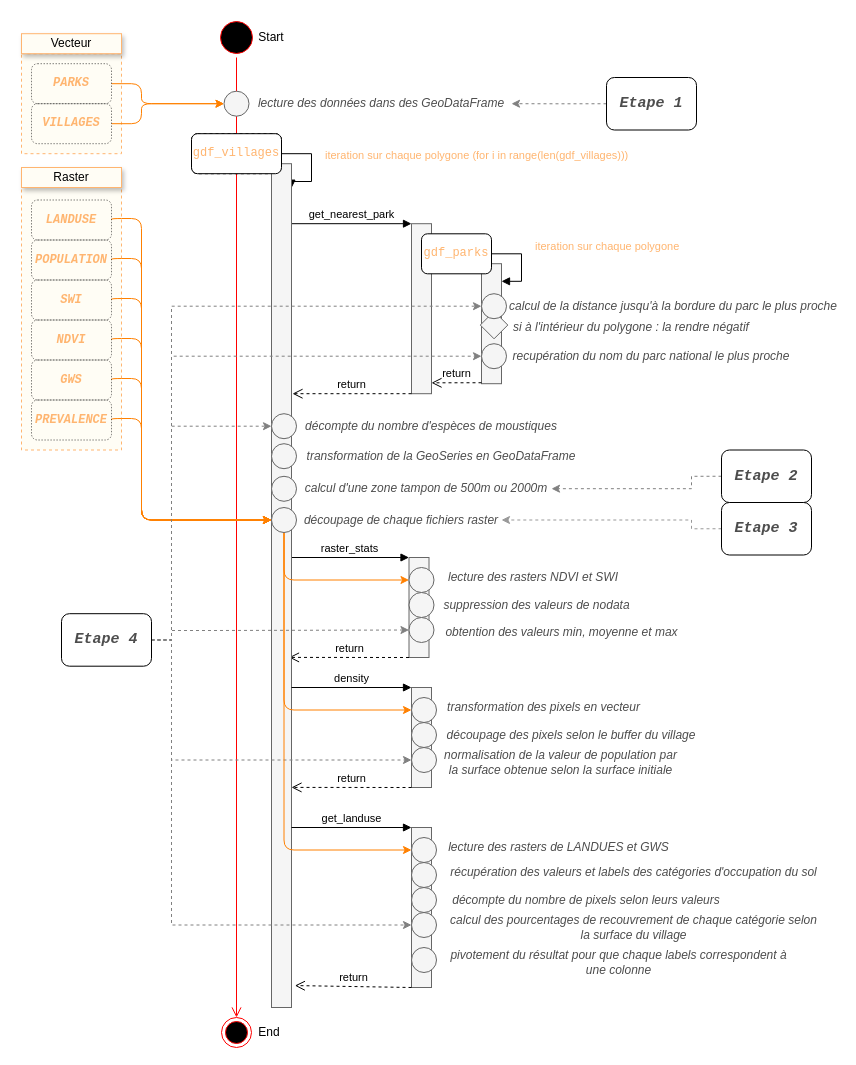
Before: page "Par villages" (2 of 4) of docs/INPMT_simple.drawio in pierre-manchon/INPMT, a draw.io diagram. Source tidied: cells renumbered, new cells numbered last; positions are measured from the earlier drawing's top-left corner, leaving out a move shared by most shapes. Both pictures are drawn from the tidied source at 100%, with x=0, y=0 at pixel (21, 17).
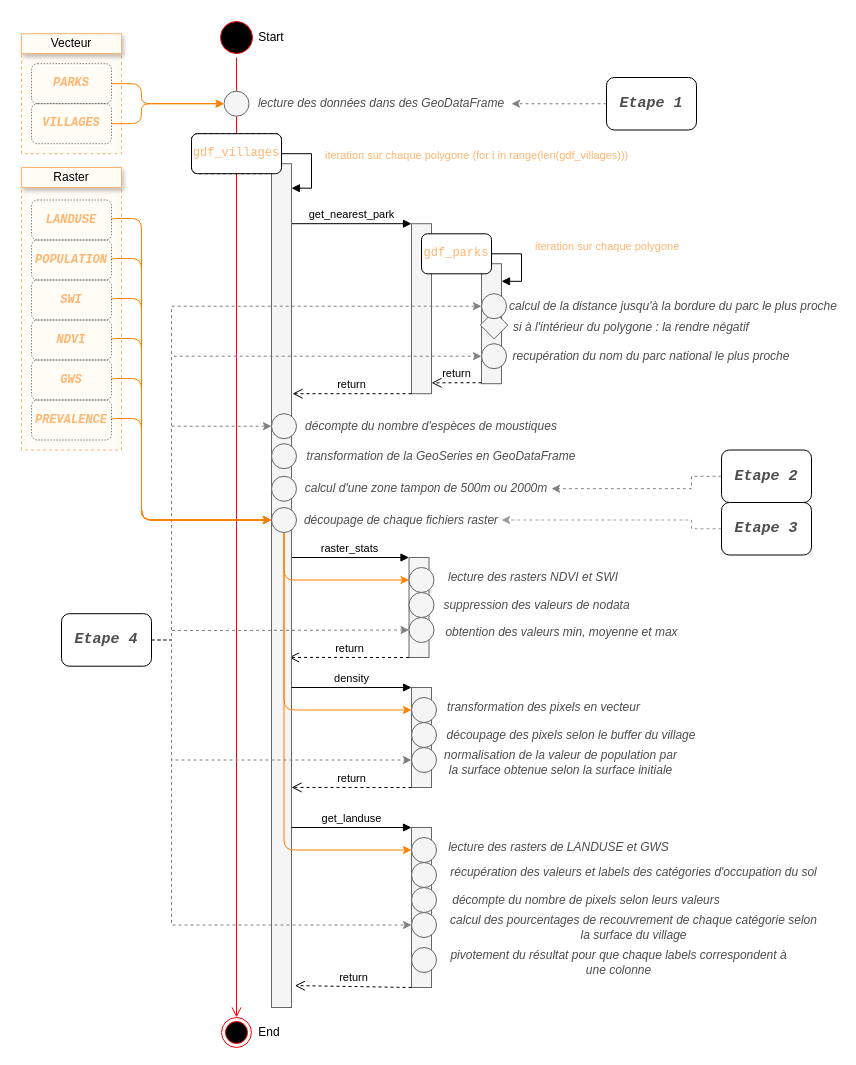
The same diagram, later.

The change refers to these unchanged cells:
```xml
<mxCell id="18" value="&lt;pre style=&quot;font-family: &amp;quot;fira code&amp;quot;, monospace;&quot;&gt;&lt;pre style=&quot;font-family: &amp;quot;fira code&amp;quot; , monospace&quot;&gt;&lt;font&gt;gdf_villages&lt;/font&gt;&lt;/pre&gt;&lt;/pre&gt;" style="rounded=1;whiteSpace=wrap;html=1;sketch=0;shadow=0;labelBackgroundColor=none;fontColor=#7EA6E0;dashed=1;" parent="1" vertex="1">
  <mxGeometry x="170" y="116.2" width="90" height="40" as="geometry" />
</mxCell>
<mxCell id="25" style="html=1;points=[];perimeter=orthogonalPerimeter;fillColor=#f5f5f5;strokeColor=#666666;fontColor=#333333;" parent="1" vertex="1">
  <mxGeometry x="250" y="146.2" width="20" height="843.8" as="geometry" />
</mxCell>
```

Diff of the diagram source:
```diff
@@
     <mxCell id="17" value="&lt;font color=&quot;#ffb570&quot;&gt;iteration sur chaque polygone (for i in range(len(gdf_villages)))&lt;/font&gt;" style="edgeStyle=orthogonalEdgeStyle;html=1;align=left;spacingLeft=2;endArrow=block;rounded=0;exitX=1;exitY=0.5;exitDx=0;exitDy=0;entryX=0.998;entryY=0.029;entryDx=0;entryDy=0;entryPerimeter=0;" parent="1" edge="1" source="18" target="25">
       <mxGeometry x="-0.23" y="10" relative="1" as="geometry">
         <Array as="points">
           <mxPoint x="290" y="136" />
-          <mxPoint x="290" y="164" />
+          <mxPoint x="290" y="171" />
         </Array>
         <mxPoint y="-1" as="offset" />
       </mxGeometry>
     </mxCell>
@@
-    <mxCell id="99" value="lecture des rasters de LANDUES et GWS" style="text;html=1;align=center;verticalAlign=middle;whiteSpace=wrap;rounded=0;shadow=0;glass=0;labelBackgroundColor=none;sketch=0;fontColor=#4D4D4D;fontStyle=2;" parent="1" vertex="1">
+    <mxCell id="99" value="lecture des rasters de LANDUSE et GWS" style="text;html=1;align=center;verticalAlign=middle;whiteSpace=wrap;rounded=0;shadow=0;glass=0;labelBackgroundColor=none;sketch=0;fontColor=#4D4D4D;fontStyle=2;" parent="1" vertex="1">
       <mxGeometry x="425" y="820" width="225" height="20" as="geometry" />
     </mxCell>
```
